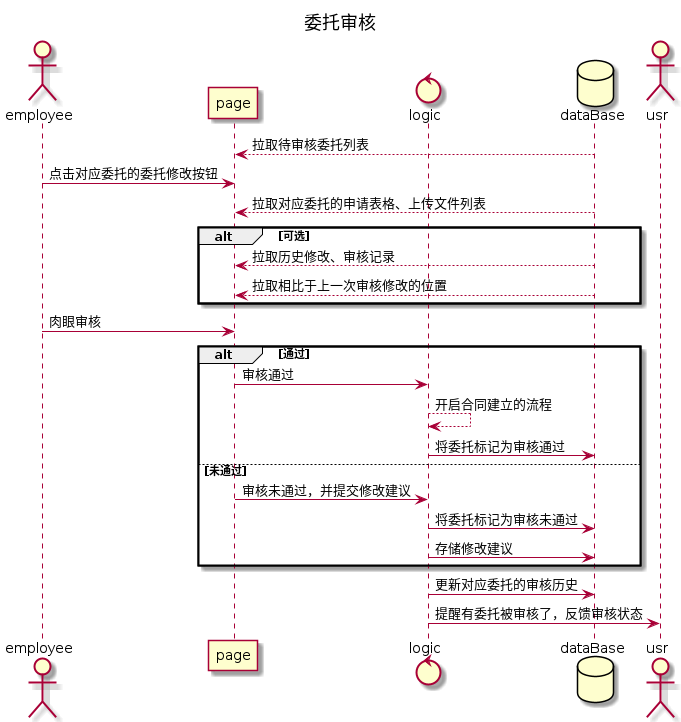
Above: file/image/delegationAudit.png in TheGreatAutomata/SE2022-SoftwareTestsSystem (PlantUML), before the change.
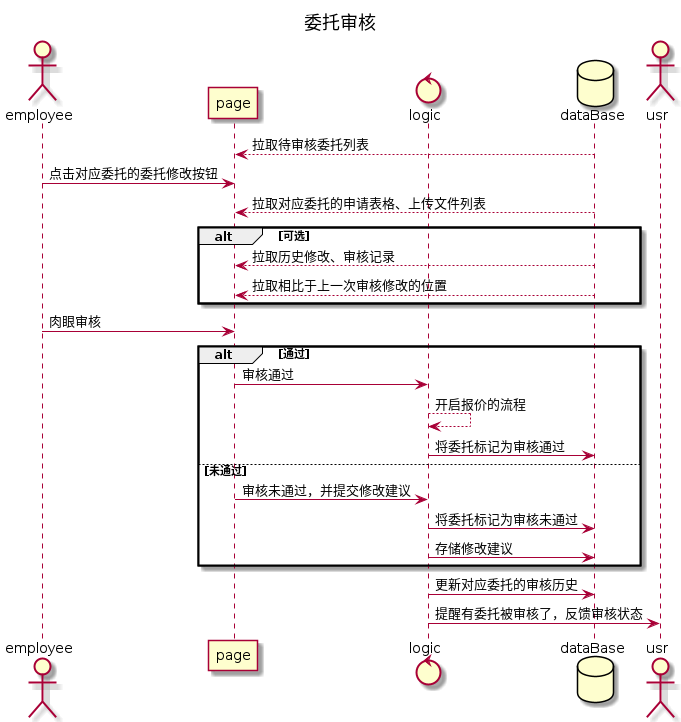
Above is the later version.

Change to the diagram source:
```diff
@@ -17,7 +17,7 @@
 employee->page:肉眼审核
 alt 通过
 page->logic:审核通过
-logic-->logic:开启合同建立的流程
+logic-->logic:开启报价的流程
 logic->dataBase:将委托标记为审核通过
 else 未通过
 page->logic:审核未通过，并提交修改建议
```
